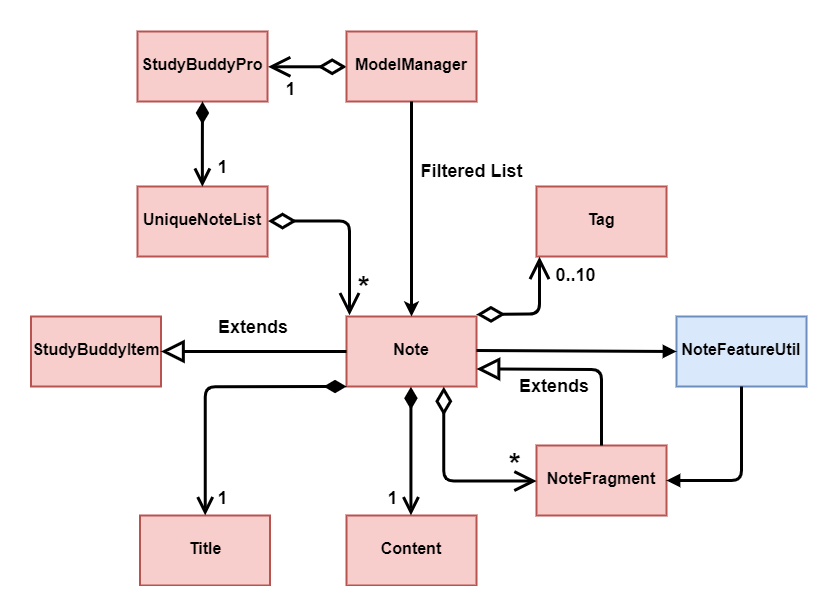
The draw.io diagram images/samDiagrams/NoteModelClassDiagram.png in AY1920S1-CS2103T-W13-3/StudyBuddyPro, before a commit. Source tidied: cells renumbered, new cells last; positions are measured from the earlier drawing's top-left corner, leaving out a move shared by most shapes.
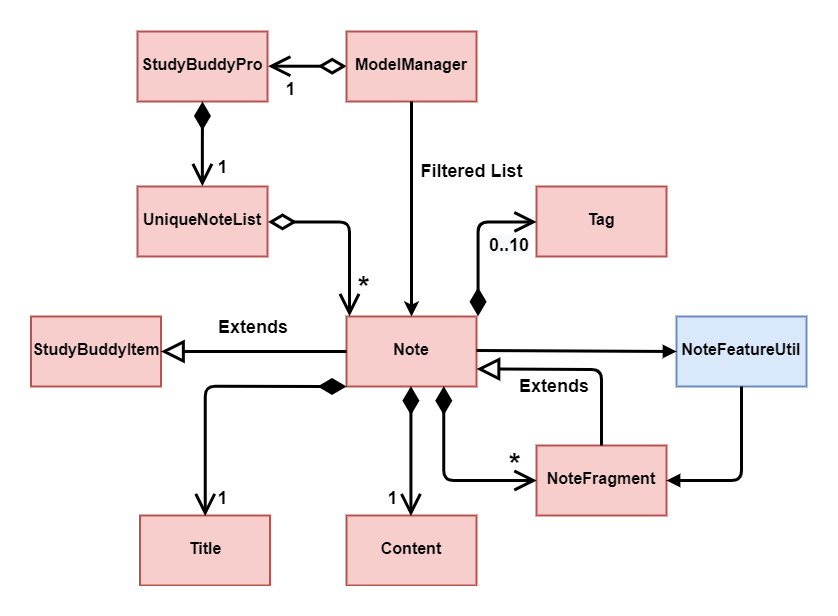
After the commit.

Change to the diagram source:
```diff
@@ -35,20 +35,9 @@
     <mxCell id="12" value="&lt;p style=&quot;margin: 4px 0px 0px; text-align: center; font-size: 16px;&quot;&gt;&lt;br style=&quot;font-size: 16px;&quot;&gt;&lt;span style=&quot;font-size: 16px;&quot;&gt;NoteFeatureUtil&lt;/span&gt;&lt;/p&gt;" style="verticalAlign=middle;align=center;overflow=fill;fontSize=16;fontFamily=Helvetica;html=1;strokeColor=#6c8ebf;fillColor=#dae8fc;fontStyle=1;strokeWidth=2;labelPosition=center;verticalLabelPosition=middle;spacing=2;" parent="1" vertex="1">
       <mxGeometry x="646" y="285" width="130" height="70" as="geometry" />
     </mxCell>
-    <mxCell id="13" value="1" style="endArrow=open;html=1;endSize=16;startArrow=diamondThin;startSize=20;startFill=0;edgeStyle=orthogonalEdgeStyle;align=left;verticalAlign=bottom;strokeWidth=3;horizontal=1;fontSize=18;fontStyle=1;noLabel=1;fontColor=none;entryX=0.027;entryY=1.003;entryDx=0;entryDy=0;entryPerimeter=0;" parent="1" edge="1" target="8">
-      <mxGeometry x="0.88" y="30" relative="1" as="geometry">
-        <mxPoint x="446" y="283" as="sourcePoint" />
-      </mxGeometry>
-    </mxCell>
-    <mxCell id="14" value="1" style="endArrow=open;html=1;endSize=16;startArrow=diamondThin;startSize=20;startFill=0;edgeStyle=orthogonalEdgeStyle;align=left;verticalAlign=bottom;fontSize=18;fontStyle=1;strokeWidth=3;fontColor=none;noLabel=1;exitX=0.75;exitY=1;exitDx=0;exitDy=0;entryX=0;entryY=0.5;entryDx=0;entryDy=0;" parent="1" edge="1" source="4" target="5">
-      <mxGeometry x="0.76" y="25" relative="1" as="geometry" />
-    </mxCell>
     <mxCell id="15" style="endArrow=open;html=1;endSize=16;startArrow=diamondThin;startSize=20;startFill=0;edgeStyle=orthogonalEdgeStyle;align=left;verticalAlign=bottom;entryX=0.02;entryY=-0.007;entryDx=0;entryDy=0;exitX=1;exitY=0.5;exitDx=0;exitDy=0;entryPerimeter=0;fontSize=18;fontStyle=1;strokeWidth=3;fontColor=none;" parent="1" edge="1" source="7" target="4">
       <mxGeometry x="-0.82" y="5" relative="1" as="geometry" />
     </mxCell>
-    <mxCell id="16" value="&lt;font style=&quot;font-size: 18px&quot;&gt;&lt;b&gt;0..10&lt;/b&gt;&lt;/font&gt;" style="text;html=1;strokeColor=none;fillColor=none;align=center;verticalAlign=middle;whiteSpace=wrap;rounded=0;" parent="1" vertex="1">
-      <mxGeometry x="525" y="233" width="40" height="20" as="geometry" />
-    </mxCell>
     <mxCell id="17" value="&lt;span style=&quot;font-size: 30px;&quot;&gt;&lt;b style=&quot;font-size: 30px;&quot;&gt;*&lt;/b&gt;&lt;/span&gt;" style="text;html=1;strokeColor=none;fillColor=none;align=center;verticalAlign=middle;whiteSpace=wrap;rounded=0;fontSize=30;" parent="1" vertex="1">
       <mxGeometry x="313" y="246" width="40" height="20" as="geometry" />
     </mxCell>
@@ -64,12 +53,12 @@
     <mxCell id="21" value="&lt;font style=&quot;font-size: 18px&quot;&gt;&lt;b&gt;1&lt;/b&gt;&lt;/font&gt;" style="text;html=1;strokeColor=none;fillColor=none;align=center;verticalAlign=middle;whiteSpace=wrap;rounded=0;" parent="1" vertex="1">
       <mxGeometry x="239.5" y="47" width="40" height="20" as="geometry" />
     </mxCell>
-    <mxCell id="22" style="endArrow=open;html=1;endSize=12;startArrow=diamondThin;startSize=14;startFill=1;edgeStyle=orthogonalEdgeStyle;align=left;verticalAlign=bottom;strokeWidth=3;fontSize=16;fontColor=none;entryX=0.5;entryY=0;entryDx=0;entryDy=0;" parent="1" edge="1" target="7">
+    <mxCell id="22" style="endArrow=open;html=1;endSize=16;startArrow=diamondThin;startSize=20;startFill=1;edgeStyle=orthogonalEdgeStyle;align=left;verticalAlign=bottom;strokeWidth=3;fontSize=16;fontColor=none;entryX=0.5;entryY=0;entryDx=0;entryDy=0;" parent="1" edge="1" target="7">
       <mxGeometry x="1" y="14" relative="1" as="geometry">
         <mxPoint x="172" y="70" as="sourcePoint" />
       </mxGeometry>
     </mxCell>
-    <mxCell id="23" value="1" style="endArrow=open;html=1;endSize=12;startArrow=diamondThin;startSize=14;startFill=1;edgeStyle=orthogonalEdgeStyle;align=left;verticalAlign=bottom;strokeWidth=3;fontSize=16;fontColor=none;entryX=0.5;entryY=0;entryDx=0;entryDy=0;noLabel=1;" parent="1" edge="1" target="2">
+    <mxCell id="23" value="1" style="endArrow=open;html=1;endSize=16;startArrow=diamondThin;startSize=20;startFill=1;edgeStyle=orthogonalEdgeStyle;align=left;verticalAlign=bottom;strokeWidth=3;fontSize=16;fontColor=none;entryX=0.5;entryY=0;entryDx=0;entryDy=0;noLabel=1;" parent="1" edge="1" target="2">
       <mxGeometry x="0.82" y="40" relative="1" as="geometry">
         <mxPoint x="316" y="355" as="sourcePoint" />
       </mxGeometry>
@@ -77,7 +66,7 @@
     <mxCell id="24" value="&lt;font style=&quot;font-size: 18px&quot;&gt;&lt;b&gt;1&lt;/b&gt;&lt;/font&gt;" style="text;html=1;strokeColor=none;fillColor=none;align=center;verticalAlign=middle;whiteSpace=wrap;rounded=0;" parent="1" vertex="1">
       <mxGeometry x="172" y="125" width="40" height="20" as="geometry" />
     </mxCell>
-    <mxCell id="25" value="1" style="endArrow=open;html=1;endSize=12;startArrow=diamondThin;startSize=14;startFill=1;edgeStyle=orthogonalEdgeStyle;align=left;verticalAlign=bottom;strokeWidth=3;fontSize=16;fontColor=none;exitX=0.5;exitY=1;exitDx=0;exitDy=0;noLabel=1;entryX=0.5;entryY=0;entryDx=0;entryDy=0;" parent="1" edge="1" source="4" target="3">
+    <mxCell id="25" value="1" style="endArrow=open;html=1;endSize=16;startArrow=diamondThin;startSize=20;startFill=1;edgeStyle=orthogonalEdgeStyle;align=left;verticalAlign=bottom;strokeWidth=3;fontSize=16;fontColor=none;exitX=0.5;exitY=1;exitDx=0;exitDy=0;noLabel=1;entryX=0.5;entryY=0;entryDx=0;entryDy=0;" parent="1" edge="1" source="4" target="3">
       <mxGeometry x="0.28" y="25" relative="1" as="geometry" />
     </mxCell>
     <mxCell id="26" value="&lt;font style=&quot;font-size: 18px&quot;&gt;&lt;b&gt;1&lt;/b&gt;&lt;/font&gt;" style="text;html=1;strokeColor=none;fillColor=none;align=center;verticalAlign=middle;whiteSpace=wrap;rounded=0;" parent="1" vertex="1">
@@ -109,5 +98,16 @@
         </Array>
       </mxGeometry>
     </mxCell>
+    <mxCell id="16" value="&lt;b style=&quot;font-size: 18px ; text-align: center ; white-space: normal ; background-color: rgb(248 , 249 , 250)&quot;&gt;0..10&lt;/b&gt;" style="endArrow=open;html=1;endSize=16;startArrow=diamondThin;startSize=20;startFill=1;edgeStyle=orthogonalEdgeStyle;align=left;verticalAlign=bottom;strokeWidth=3;entryX=0;entryY=0.5;entryDx=0;entryDy=0;" parent="1" edge="1" target="8">
+      <mxGeometry x="-0.23" y="-9" relative="1" as="geometry">
+        <mxPoint x="447" y="285" as="sourcePoint" />
+        <Array as="points">
+          <mxPoint x="447" y="190" />
+        </Array>
+      </mxGeometry>
+    </mxCell>
+    <mxCell id="14" value="1" style="endArrow=open;html=1;endSize=16;startArrow=diamondThin;startSize=20;startFill=1;edgeStyle=orthogonalEdgeStyle;align=left;verticalAlign=bottom;strokeWidth=3;fontSize=16;fontColor=none;entryX=0;entryY=0.5;entryDx=0;entryDy=0;noLabel=1;exitX=0.75;exitY=1;exitDx=0;exitDy=0;" parent="1" edge="1" source="4" target="5">
+      <mxGeometry x="0.82" y="40" relative="1" as="geometry" />
+    </mxCell>
   </root>
 </mxGraphModel>
```
